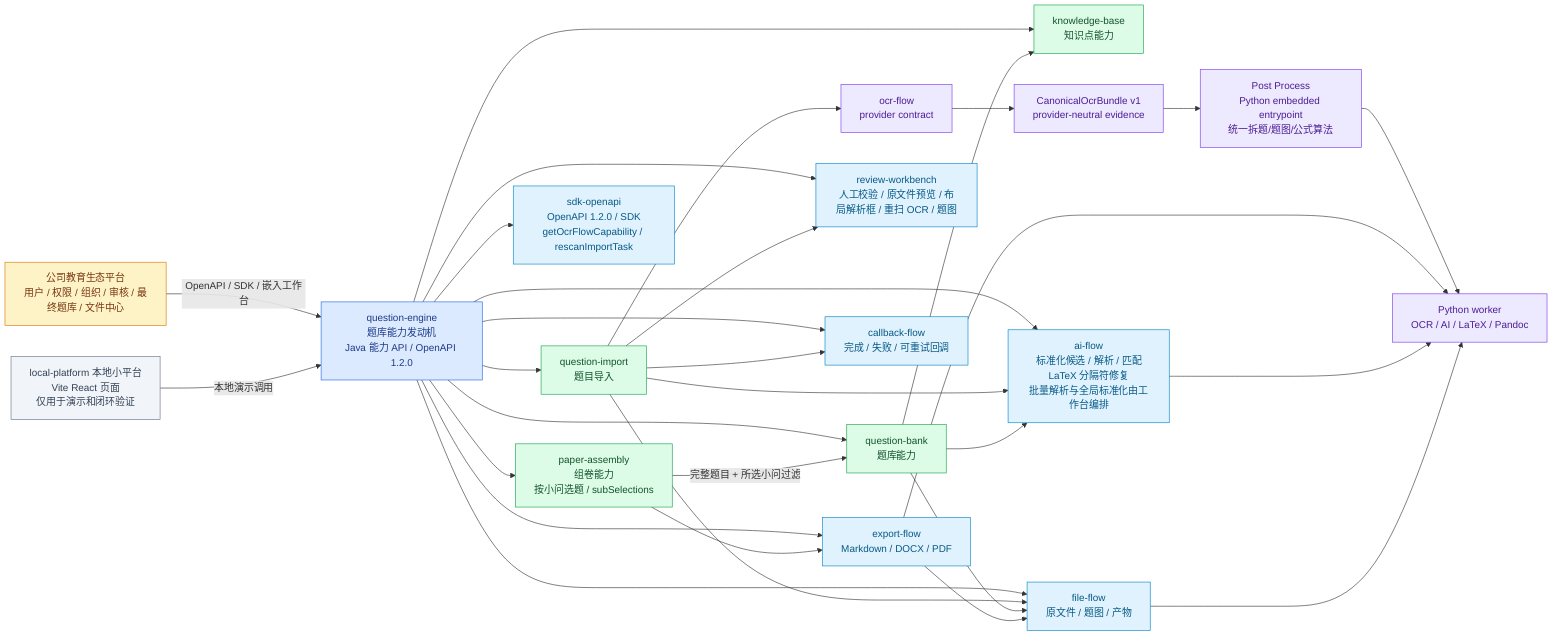
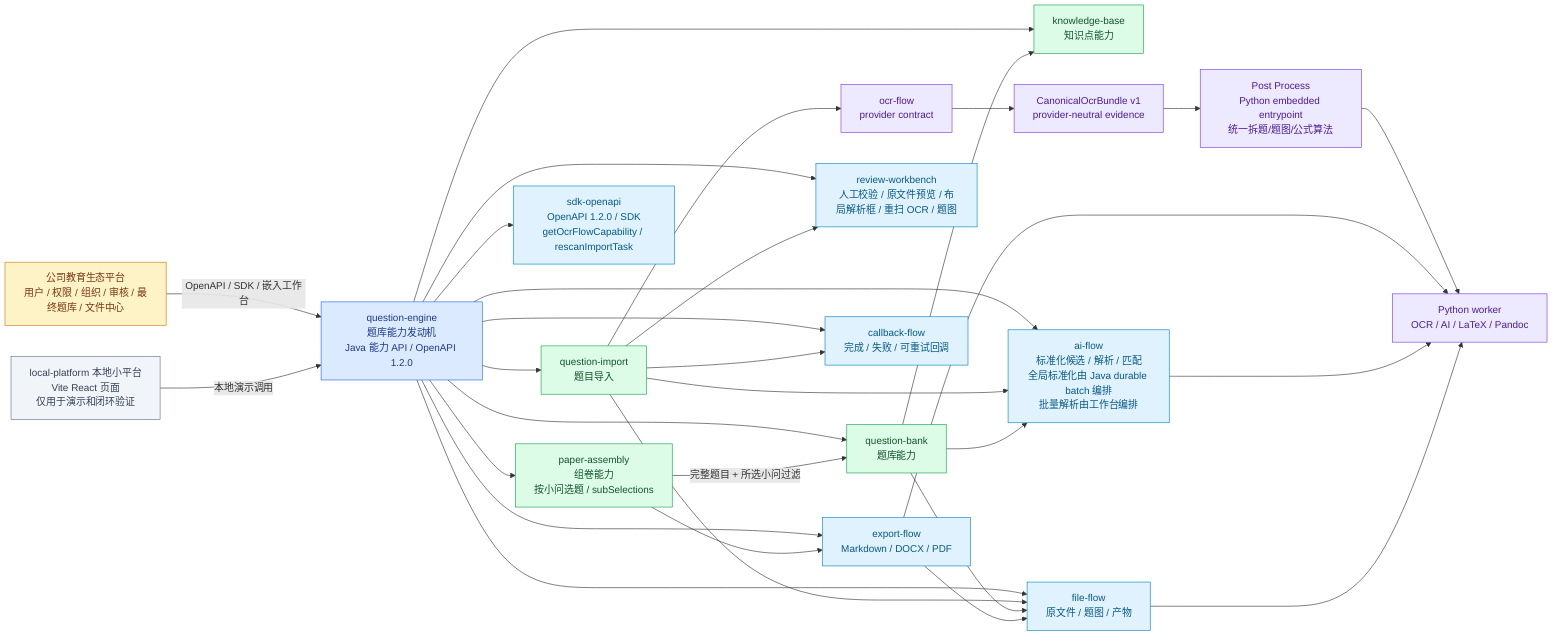
%% Version: 2026-07-15 / OpenAPI 1.2.0 / CanonicalOcrBundle v1
%% Status: current-support
%% Scope: module responsibility boundary between platform, question-engine, local-platform demo, and Python worker.
flowchart LR
  Platform["公司教育生态平台<br/>用户 / 权限 / 组织 / 审核 / 最终题库 / 文件中心"]:::platform
  Engine["question-engine<br/>题库能力发动机<br/>Java 能力 API / OpenAPI 1.2.0"]:::engine
  LocalAdmin["local-platform 本地小平台<br/>Vite React 页面<br/>仅用于演示和闭环验证"]:::local
  Python["Python worker<br/>OCR / AI / LaTeX / Pandoc"]:::worker

  Import["question-import<br/>题目导入"]:::module
  Bank["question-bank<br/>题库能力"]:::module
  Paper["paper-assembly<br/>组卷能力<br/>按小问选题 / subSelections"]:::module
  Knowledge["knowledge-base<br/>知识点能力"]:::module
  OcrFlow["ocr-flow<br/>provider contract"]:::worker
  CanonicalBundle["CanonicalOcrBundle v1<br/>provider-neutral evidence"]:::worker
  PostProcess["Post Process<br/>Python embedded entrypoint<br/>统一拆题/题图/公式算法"]:::worker
  Review["review-workbench<br/>人工校验 / 原文件预览 / 布局解析框 / 重扫 OCR / 题图"]:::capability
-   AiFlow["ai-flow<br/>标准化候选 / 解析 / 匹配<br/>LaTeX 分隔符修复<br/>批量解析与全局标准化由工作台编排"]:::capability
+   AiFlow["ai-flow<br/>标准化候选 / 解析 / 匹配<br/>全局标准化由 Java durable batch 编排<br/>批量解析由工作台编排"]:::capability
  ExportFlow["export-flow<br/>Markdown / DOCX / PDF"]:::capability
  FileFlow["file-flow<br/>原文件 / 题图 / 产物"]:::capability
  CallbackFlow["callback-flow<br/>完成 / 失败 / 可重试回调"]:::capability
  SdkOpenapi["sdk-openapi<br/>OpenAPI 1.2.0 / SDK<br/>getOcrFlowCapability / rescanImportTask"]:::capability

  Platform -->|OpenAPI / SDK / 嵌入工作台| Engine
  LocalAdmin -->|本地演示调用| Engine
  Engine --> Import
  Engine --> Bank
  Engine --> Paper
  Engine --> Knowledge
  Engine --> Review
  Engine --> AiFlow
  Engine --> ExportFlow
  Engine --> FileFlow
  Engine --> CallbackFlow
  Engine --> SdkOpenapi
  Import --> OcrFlow --> CanonicalBundle --> PostProcess --> Python
  Import --> Review
  Import --> AiFlow
  Import --> FileFlow
  Import --> CallbackFlow
  Bank --> Knowledge
  Bank --> AiFlow
  Bank --> FileFlow
  Paper -->|完整题目 + 所选小问过滤| Bank
  Paper --> ExportFlow --> Python
  ExportFlow --> FileFlow
  AiFlow --> Python
  FileFlow --> Python

  classDef platform fill:#fef3c7,stroke:#d97706,color:#78350f,stroke-width:1px;
  classDef engine fill:#dbeafe,stroke:#2563eb,color:#1e3a8a,stroke-width:1px;
  classDef local fill:#f1f5f9,stroke:#64748b,color:#334155,stroke-width:1px;
  classDef module fill:#dcfce7,stroke:#16a34a,color:#14532d,stroke-width:1px;
  classDef capability fill:#e0f2fe,stroke:#0284c7,color:#075985,stroke-width:1px;
  classDef worker fill:#ede9fe,stroke:#7c3aed,color:#4c1d95,stroke-width:1px;
